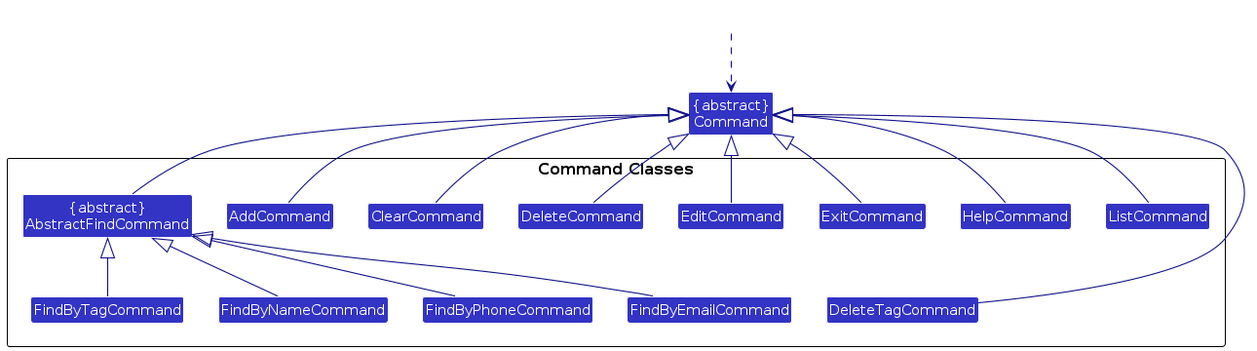
The PlantUML diagram diagrams/CommandClasses.png in AY2425S1-CS2103T-F14a-4/tp, before a commit. Its source is kept beside it as diagrams/CommandClasses.puml.
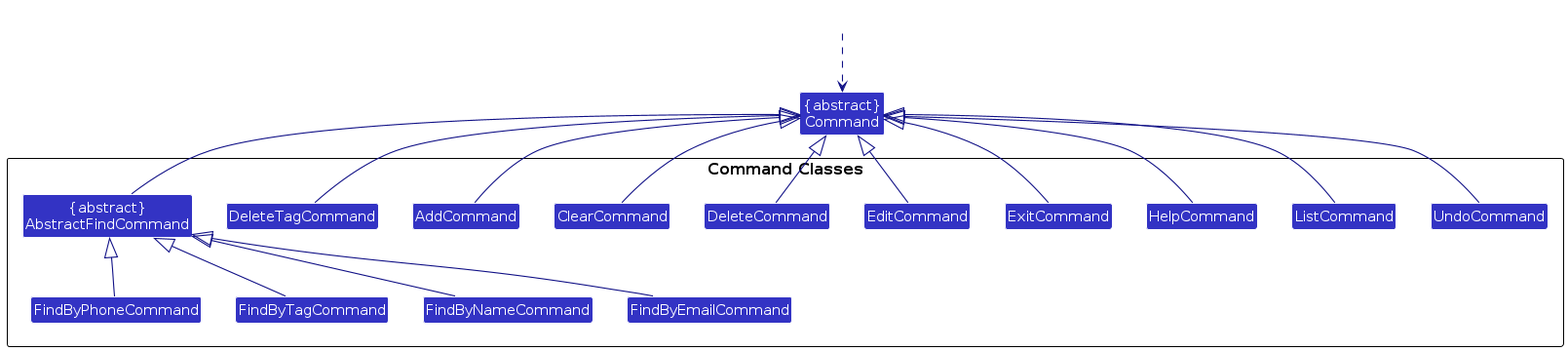
The same file after the commit.

The edit, as a diff of the source:
```diff
@@ -13,6 +13,7 @@
         Class "AddCommand" as AC
         Class "ClearCommand" as CC
         Class "DeleteCommand" as DC
+        Class "DeleteTagCommand" as DTC
         Class "EditCommand" as EdC
         Class "ExitCommand" as ExC
         Class "FindByEmailCommand" as FEC
@@ -21,7 +22,7 @@
         Class "FindByPhoneCommand" as FPC
         Class "HelpCommand" as HC
         Class "ListCommand" as LC
-        Class "DeleteTagCommand" as DTC
+        Class "UndoCommand" as UC
     }
 }
 HiddenOutside ..> Command
@@ -43,8 +44,10 @@
 
 DC -u-|> Command
 DC -[hidden]right- EdC
+FEC -[hidden]u- DC
+
 DTC -u-|> Command
-FEC -[hidden]u- DC
+FEC -[hidden]u- DTC
 
 EdC -u-|> Command
 EdC -[hidden]right- ExC
@@ -59,5 +62,9 @@
 FEC -[hidden]u- HC
 
 LC -u-|> Command
+LC -[hidden]right UC
 FEC -[hidden]u- LC
+
+UC -u-|> Command
+FEC -[hidden]u- UC
 @enduml
```
